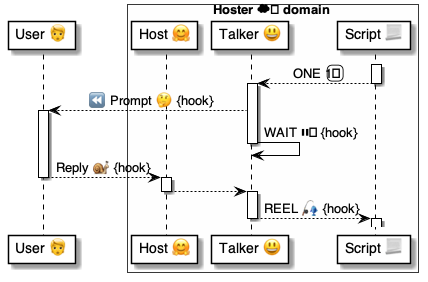
Above: 4 ⚙️ Solution/35 💬 Chats/😃 Talkers/😃⏩ Talker flows/Prompts 😃⏩🧑‍🦰/😃 Prompts ⚙️ uml.png in pollyweb-org/pollyweb-docs (PlantUML), before the change. Its source is kept beside it as 4 ⚙️ Solution/35 💬 Chats/😃 Talkers/😃⏩ Talker flows/Prompts 😃⏩🧑‍🦰/😃 Prompts ⚙️ uml.puml. Its diagram source:
```plantuml
@startuml Handle

participant "User 🧑" as user
box Hoster ☁️ domain #FFFFFA
    participant "Host 🤗" as host
    participant "Talker 😃" as talker
    participant "Script 📃" as script
end box

activate script
    script --> talker: ONE 1️⃣
deactivate script

activate talker
    talker --> user: ⏪ Prompt 🤔 {hook}
activate user
    talker -> talker: WAIT ⏸️ {hook}
deactivate talker

    user --> host: Reply 🐌 {hook}
deactivate user

activate host
    host --> talker:
deactivate host

activate talker
    talker --> script: REEL 🎣 {hook}
deactivate talker

activate script
deactivate script

@enduml
```
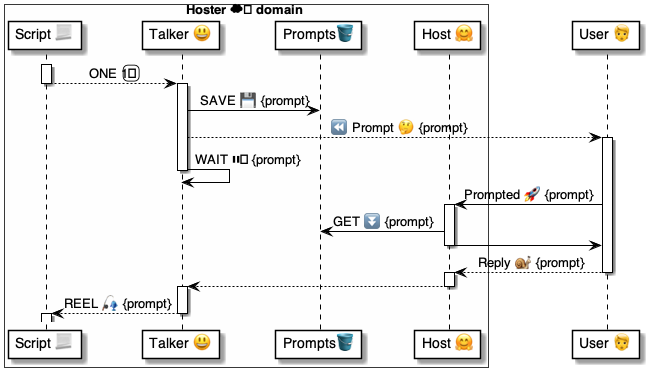
After the change.

Diff of the diagram source:
```diff
@@ -1,23 +1,34 @@
 @startuml Handle
 
+
+box Hoster ☁️ domain #FFFFFA
+    participant "Script 📃" as script
+    participant "Talker 😃" as talker
+    participant "Prompts🪣" as hooks
+    participant "Host 🤗" as host
+end box
 participant "User 🧑" as user
-box Hoster ☁️ domain #FFFFFA
-    participant "Host 🤗" as host
-    participant "Talker 😃" as talker
-    participant "Script 📃" as script
-end box
 
 activate script
     script --> talker: ONE 1️⃣
 deactivate script
 
 activate talker
-    talker --> user: ⏪ Prompt 🤔 {hook}
+    talker -> hooks: SAVE 💾 {prompt}
+
+
+    talker --> user: ⏪ Prompt 🤔 {prompt}
 activate user
-    talker -> talker: WAIT ⏸️ {hook}
+    talker -> talker: WAIT ⏸️ {prompt}
 deactivate talker
 
-    user --> host: Reply 🐌 {hook}
+    user -> host: Prompted 🚀 {prompt}
+    activate host
+        host -> hooks: GET ⏬ {prompt}
+        host -> user:
+    deactivate host
+
+    user --> host: Reply 🐌 {prompt}
 deactivate user
 
 activate host
@@ -25,7 +36,7 @@
 deactivate host
 
 activate talker
-    talker --> script: REEL 🎣 {hook}
+    talker --> script: REEL 🎣 {prompt}
 deactivate talker
 
 activate script
```
